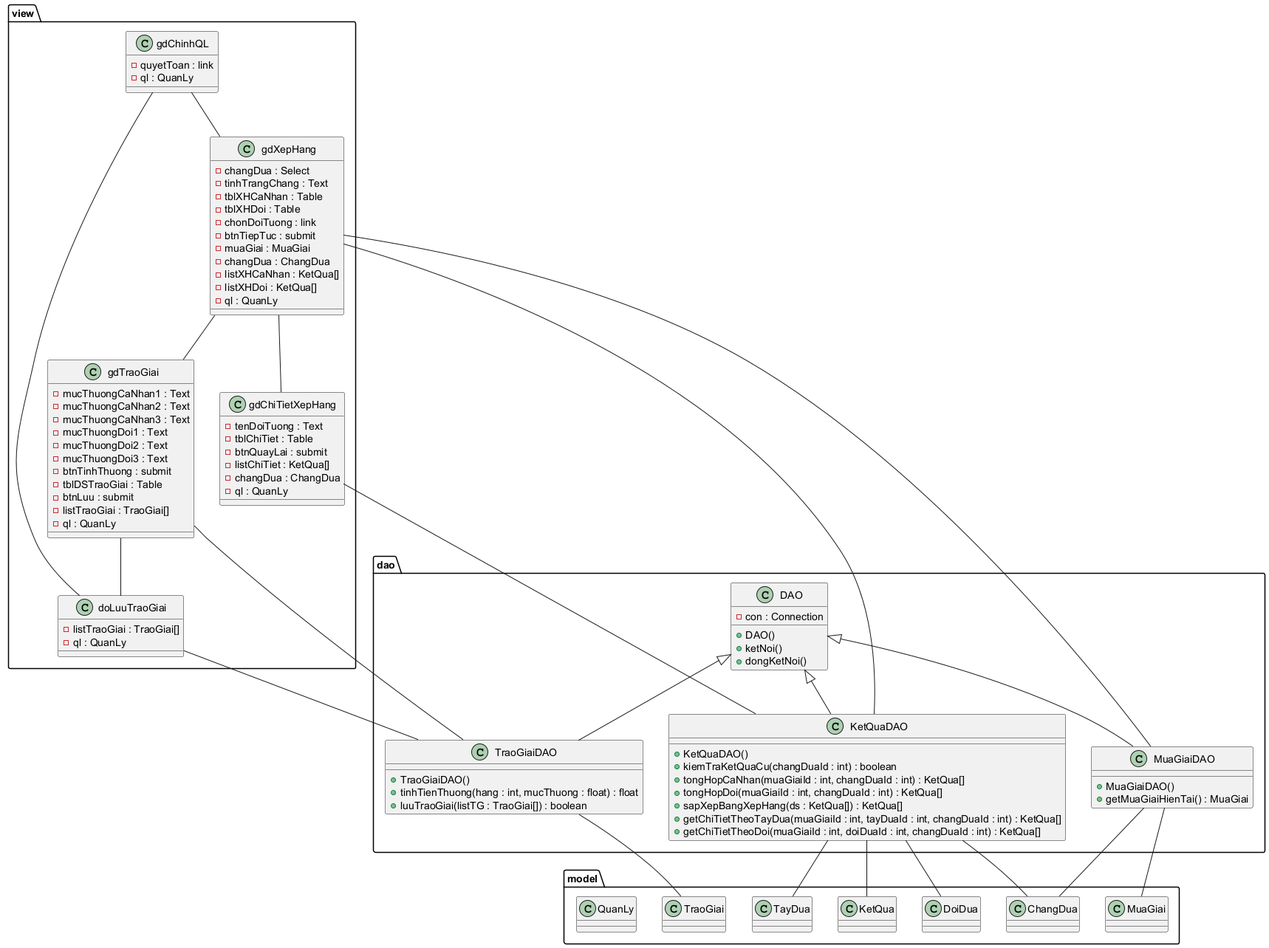
Earlier version of the PlantUML export Module 4 - Thanh/hinh/ref/5-bieu-do-lop-thiet-ke-view-dao-model.png (7gho/CNPM-He2026).
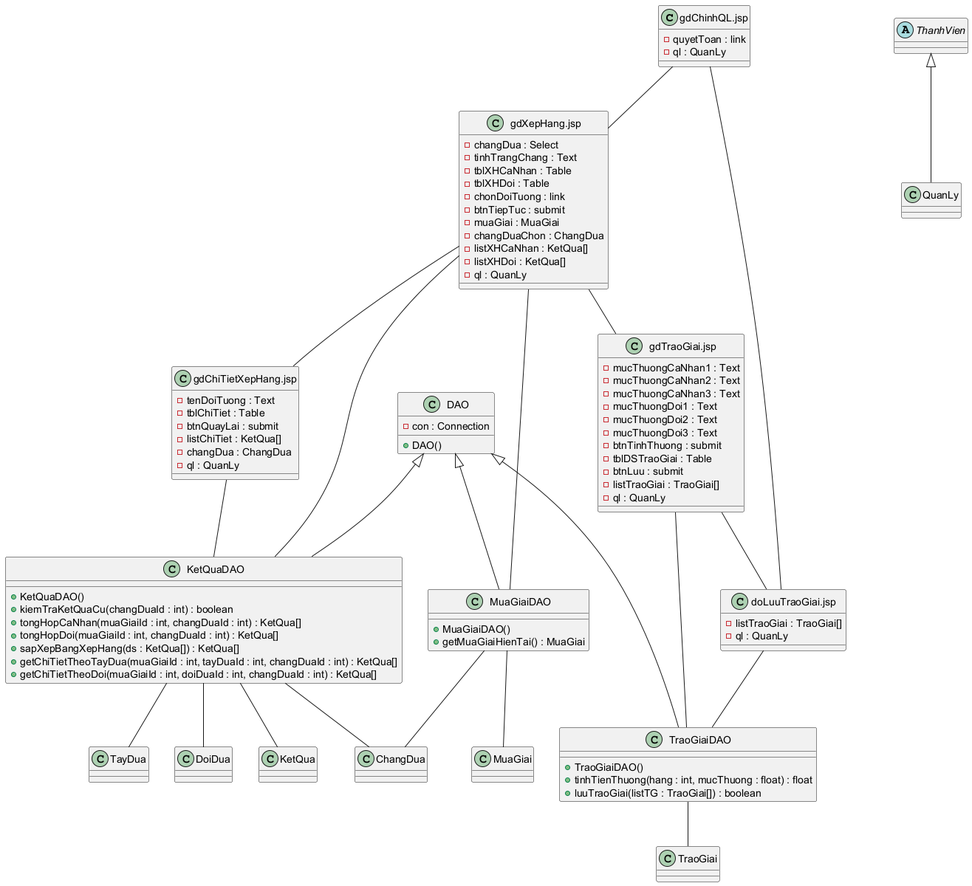
Above is the later version.

What changed in the source:
```diff
@@ -1,83 +1,77 @@
 @startuml
-package "view" as pkgView {
-  class gdChinhQL {
-    -quyetToan : link
-    -ql : QuanLy
-  }
-  class gdXepHang {
-    -changDua : Select
-    -tinhTrangChang : Text
-    -tblXHCaNhan : Table
-    -tblXHDoi : Table
-    -chonDoiTuong : link
-    -btnTiepTuc : submit
-    -muaGiai : MuaGiai
-    -changDua : ChangDua
-    -listXHCaNhan : KetQua[]
-    -listXHDoi : KetQua[]
-    -ql : QuanLy
-  }
-  class gdChiTietXepHang {
-    -tenDoiTuong : Text
-    -tblChiTiet : Table
-    -btnQuayLai : submit
-    -listChiTiet : KetQua[]
-    -changDua : ChangDua
-    -ql : QuanLy
-  }
-  class gdTraoGiai {
-    -mucThuongCaNhan1 : Text
-    -mucThuongCaNhan2 : Text
-    -mucThuongCaNhan3 : Text
-    -mucThuongDoi1 : Text
-    -mucThuongDoi2 : Text
-    -mucThuongDoi3 : Text
-    -btnTinhThuong : submit
-    -tblDSTraoGiai : Table
-    -btnLuu : submit
-    -listTraoGiai : TraoGiai[]
-    -ql : QuanLy
-  }
-  class doLuuTraoGiai {
-    -listTraoGiai : TraoGiai[]
-    -ql : QuanLy
-  }
+class "gdChinhQL.jsp" as gdChinhQL {
+  -quyetToan : link
+  -ql : QuanLy
 }
-package "dao" as pkgDAO {
-  class DAO {
-    -con : Connection
-    +DAO()
-    +ketNoi()
-    +dongKetNoi()
-  }
-  class MuaGiaiDAO {
-    +MuaGiaiDAO()
-    +getMuaGiaiHienTai() : MuaGiai
-  }
-  class KetQuaDAO {
-    +KetQuaDAO()
-    +kiemTraKetQuaCu(changDuaId : int) : boolean
-    +tongHopCaNhan(muaGiaiId : int, changDuaId : int) : KetQua[]
-    +tongHopDoi(muaGiaiId : int, changDuaId : int) : KetQua[]
-    +sapXepBangXepHang(ds : KetQua[]) : KetQua[]
-    +getChiTietTheoTayDua(muaGiaiId : int, tayDuaId : int, changDuaId : int) : KetQua[]
-    +getChiTietTheoDoi(muaGiaiId : int, doiDuaId : int, changDuaId : int) : KetQua[]
-  }
-  class TraoGiaiDAO {
-    +TraoGiaiDAO()
-    +tinhTienThuong(hang : int, mucThuong : float) : float
-    +luuTraoGiai(listTG : TraoGiai[]) : boolean
-  }
+class "gdXepHang.jsp" as gdXepHang {
+  -changDua : Select
+  -tinhTrangChang : Text
+  -tblXHCaNhan : Table
+  -tblXHDoi : Table
+  -chonDoiTuong : link
+  -btnTiepTuc : submit
+  -muaGiai : MuaGiai
+  -changDuaChon : ChangDua
+  -listXHCaNhan : KetQua[]
+  -listXHDoi : KetQua[]
+  -ql : QuanLy
 }
-package "model" as pkgModel {
-  class MuaGiai
-  class ChangDua
-  class KetQua
-  class TayDua
-  class DoiDua
-  class TraoGiai
-  class QuanLy
+class "gdChiTietXepHang.jsp" as gdChiTietXepHang {
+  -tenDoiTuong : Text
+  -tblChiTiet : Table
+  -btnQuayLai : submit
+  -listChiTiet : KetQua[]
+  -changDua : ChangDua
+  -ql : QuanLy
 }
+class "gdTraoGiai.jsp" as gdTraoGiai {
+  -mucThuongCaNhan1 : Text
+  -mucThuongCaNhan2 : Text
+  -mucThuongCaNhan3 : Text
+  -mucThuongDoi1 : Text
+  -mucThuongDoi2 : Text
+  -mucThuongDoi3 : Text
+  -btnTinhThuong : submit
+  -tblDSTraoGiai : Table
+  -btnLuu : submit
+  -listTraoGiai : TraoGiai[]
+  -ql : QuanLy
+}
+class "doLuuTraoGiai.jsp" as doLuuTraoGiai {
+  -listTraoGiai : TraoGiai[]
+  -ql : QuanLy
+}
+class DAO {
+  -con : Connection
+  +DAO()
+}
+class MuaGiaiDAO {
+  +MuaGiaiDAO()
+  +getMuaGiaiHienTai() : MuaGiai
+}
+class KetQuaDAO {
+  +KetQuaDAO()
+  +kiemTraKetQuaCu(changDuaId : int) : boolean
+  +tongHopCaNhan(muaGiaiId : int, changDuaId : int) : KetQua[]
+  +tongHopDoi(muaGiaiId : int, changDuaId : int) : KetQua[]
+  +sapXepBangXepHang(ds : KetQua[]) : KetQua[]
+  +getChiTietTheoTayDua(muaGiaiId : int, tayDuaId : int, changDuaId : int) : KetQua[]
+  +getChiTietTheoDoi(muaGiaiId : int, doiDuaId : int, changDuaId : int) : KetQua[]
+}
+class TraoGiaiDAO {
+  +TraoGiaiDAO()
+  +tinhTienThuong(hang : int, mucThuong : float) : float
+  +luuTraoGiai(listTG : TraoGiai[]) : boolean
+}
+class MuaGiai
+class ChangDua
+class KetQua
+class TayDua
+class DoiDua
+class TraoGiai
+abstract class ThanhVien
+class QuanLy
+ThanhVien <|-- QuanLy
 
 DAO <|-- MuaGiaiDAO
 DAO <|-- KetQuaDAO
```
